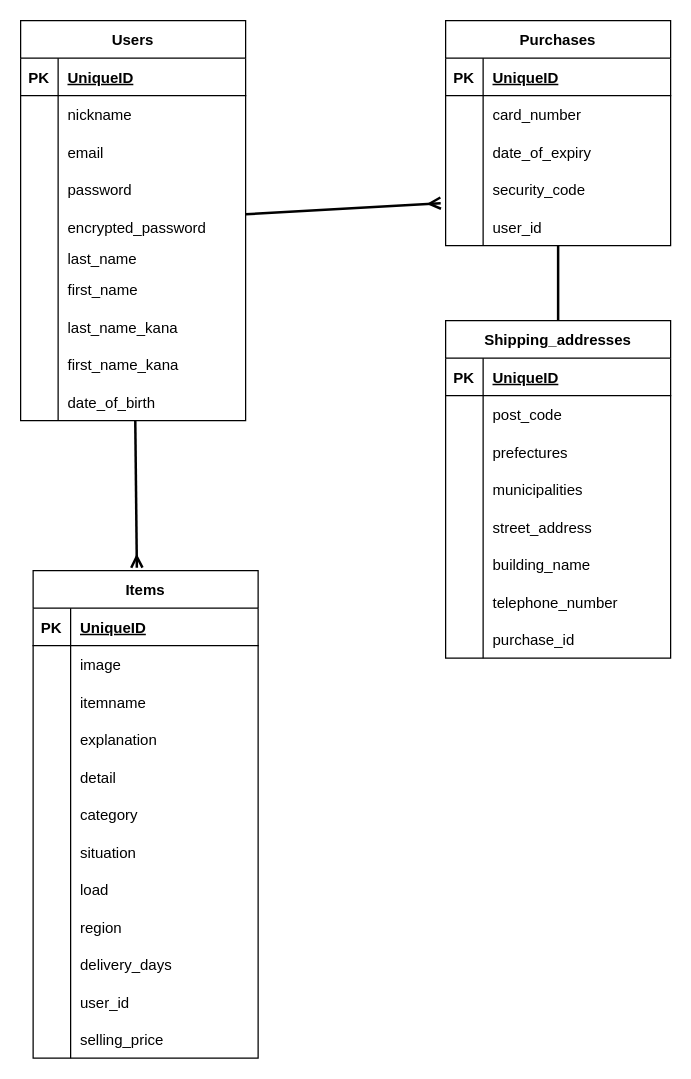
The draw.io diagram furima.dio in tatsuki199/furima-40591, before the edit. Source tidied: cells renumbered, new cells numbered last; positions are measured from the earlier drawing's top-left corner, leaving out a move shared by most shapes. Both pictures are drawn from the tidied source at 125%, with x=0, y=0 at pixel (20, 20).
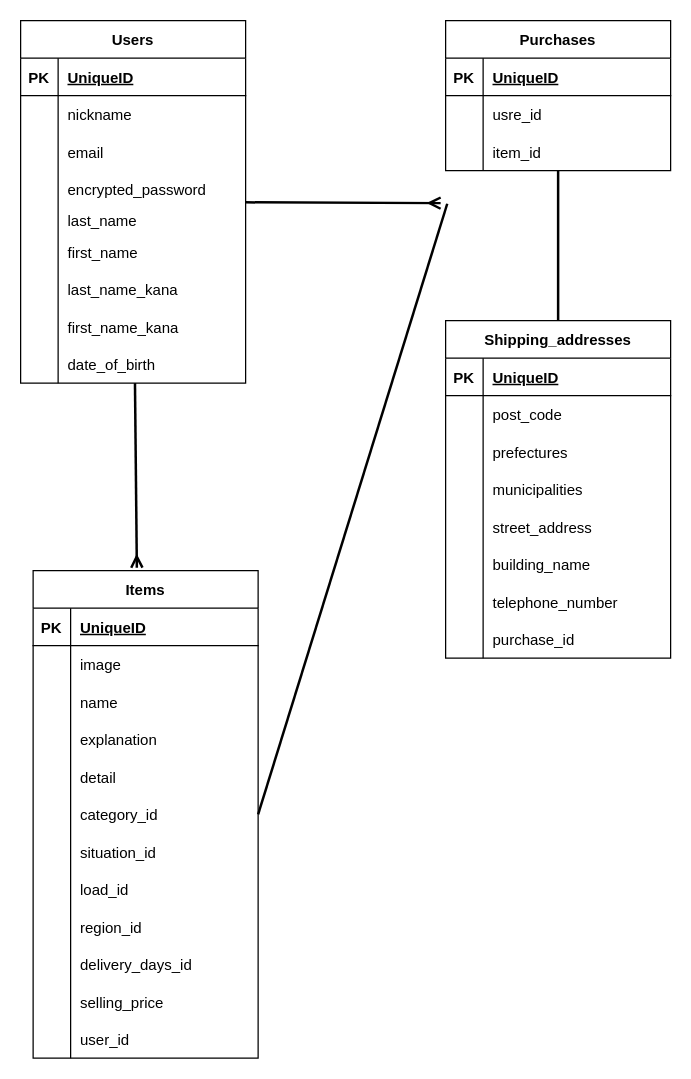
The same diagram, later.

The change refers to these unchanged cells:
```xml
<mxCell id="40" style="shape=tableRow;horizontal=0;startSize=0;swimlaneHead=0;swimlaneBody=0;fillColor=none;top=0;left=0;right=0;bottom=0;" parent="36" vertex="1">
  <mxGeometry y="60" width="180" height="30" as="geometry" />
</mxCell>
<mxCell id="43" style="shape=tableRow;horizontal=0;startSize=0;swimlaneHead=0;swimlaneBody=0;fillColor=none;top=0;left=0;right=0;bottom=0;" parent="36" vertex="1">
  <mxGeometry y="90" width="180" height="30" as="geometry" />
</mxCell>
<mxCell id="52" value="Items" style="shape=table;startSize=30;childLayout=tableLayout;rowLines=0;fontStyle=1;align=center;" parent="1" vertex="1">
  <mxGeometry x="10" y="440" width="180" height="390" as="geometry" />
</mxCell>
<mxCell id="59" style="shape=tableRow;horizontal=0;startSize=0;swimlaneHead=0;swimlaneBody=0;fillColor=none;top=0;left=0;right=0;bottom=0;" parent="52" vertex="1">
  <mxGeometry y="90" width="180" height="30" as="geometry" />
</mxCell>
<mxCell id="68" style="shape=tableRow;horizontal=0;startSize=0;swimlaneHead=0;swimlaneBody=0;fillColor=none;points=[[0,0.5],[1,0.5]];portConstraint=eastwest;top=0;left=0;right=0;bottom=0;" parent="52" vertex="1">
  <mxGeometry y="180" width="180" height="30" as="geometry" />
</mxCell>
<mxCell id="71" style="shape=tableRow;horizontal=0;startSize=0;swimlaneHead=0;swimlaneBody=0;fillColor=none;top=0;left=0;right=0;bottom=0;" parent="52" vertex="1">
  <mxGeometry y="210" width="180" height="30" as="geometry" />
</mxCell>
<mxCell id="74" style="shape=tableRow;horizontal=0;startSize=0;swimlaneHead=0;swimlaneBody=0;fillColor=none;top=0;left=0;right=0;bottom=0;" parent="52" vertex="1">
  <mxGeometry y="240" width="180" height="30" as="geometry" />
</mxCell>
<mxCell id="77" style="shape=tableRow;horizontal=0;startSize=0;swimlaneHead=0;swimlaneBody=0;fillColor=none;top=0;left=0;right=0;bottom=0;" parent="52" vertex="1">
  <mxGeometry y="270" width="180" height="30" as="geometry" />
</mxCell>
<mxCell id="80" style="shape=tableRow;horizontal=0;startSize=0;swimlaneHead=0;swimlaneBody=0;fillColor=none;top=0;left=0;right=0;bottom=0;" parent="52" vertex="1">
  <mxGeometry y="300" width="180" height="30" as="geometry" />
</mxCell>
```

The edit, as a diff of the source:
```diff
@@
-    <mxCell id="2" style="edgeStyle=none;html=1;strokeColor=default;endArrow=ERmany;endFill=0;strokeWidth=2;entryX=-0.022;entryY=0.867;entryDx=0;entryDy=0;entryPerimeter=0;" parent="1" edge="1" source="4" target="46">
-      <mxGeometry relative="1" as="geometry" />
+    <mxCell id="2" style="edgeStyle=none;html=1;strokeColor=default;endArrow=ERmany;endFill=0;strokeWidth=2;entryX=-0.022;entryY=0.867;entryDx=0;entryDy=0;entryPerimeter=0;" parent="1" edge="1" source="4">
+      <mxGeometry relative="1" as="geometry">
+        <mxPoint x="336" y="146" as="targetPoint" />
+      </mxGeometry>
     </mxCell>
@@
     <mxCell id="4" value="Users" style="shape=table;startSize=30;childLayout=tableLayout;rowLines=0;fontStyle=1;align=center;" parent="1" vertex="1">
-      <mxGeometry width="180" height="320" as="geometry" />
+      <mxGeometry width="180" height="290" as="geometry" />
     </mxCell>
@@
-    <mxCell id="14" style="shape=tableRow;horizontal=0;startSize=0;swimlaneHead=0;swimlaneBody=0;fillColor=none;top=0;left=0;right=0;bottom=0;" parent="4" vertex="1">
-      <mxGeometry y="120" width="180" height="30" as="geometry" />
-    </mxCell>
-    <mxCell id="15" style="shape=partialRectangle;fillColor=none;top=0;left=0;bottom=0;right=0;overflow=hidden;" parent="14" vertex="1">
-      <mxGeometry width="30" height="30" as="geometry" />
-    </mxCell>
-    <mxCell id="16" value="password" style="shape=partialRectangle;fillColor=none;top=0;left=0;bottom=0;right=0;align=left;spacingLeft=6;overflow=hidden;" parent="14" vertex="1">
-      <mxGeometry x="30" width="150" height="30" as="geometry" />
-    </mxCell>
     <mxCell id="17" style="shape=tableRow;horizontal=0;startSize=0;swimlaneHead=0;swimlaneBody=0;fillColor=none;top=0;left=0;right=0;bottom=0;" parent="4" vertex="1">
-      <mxGeometry y="150" width="180" height="30" as="geometry" />
+      <mxGeometry y="120" width="180" height="30" as="geometry" />
     </mxCell>
@@
     <mxCell id="20" style="shape=tableRow;horizontal=0;startSize=0;swimlaneHead=0;swimlaneBody=0;fillColor=none;top=0;left=0;right=0;bottom=0;" parent="4" vertex="1">
-      <mxGeometry y="180" width="180" height="20" as="geometry" />
+      <mxGeometry y="150" width="180" height="20" as="geometry" />
     </mxCell>
@@
     <mxCell id="23" style="shape=tableRow;horizontal=0;startSize=0;swimlaneHead=0;swimlaneBody=0;fillColor=none;top=0;left=0;right=0;bottom=0;" parent="4" vertex="1">
-      <mxGeometry y="200" width="180" height="30" as="geometry" />
+      <mxGeometry y="170" width="180" height="30" as="geometry" />
     </mxCell>
@@
     <mxCell id="26" style="shape=tableRow;horizontal=0;startSize=0;swimlaneHead=0;swimlaneBody=0;fillColor=none;top=0;left=0;right=0;bottom=0;" parent="4" vertex="1">
-      <mxGeometry y="230" width="180" height="30" as="geometry" />
+      <mxGeometry y="200" width="180" height="30" as="geometry" />
     </mxCell>
@@
     <mxCell id="29" style="shape=tableRow;horizontal=0;startSize=0;swimlaneHead=0;swimlaneBody=0;fillColor=none;top=0;left=0;right=0;bottom=0;" parent="4" vertex="1">
-      <mxGeometry y="260" width="180" height="30" as="geometry" />
+      <mxGeometry y="230" width="180" height="30" as="geometry" />
     </mxCell>
@@
     <mxCell id="32" style="shape=tableRow;horizontal=0;startSize=0;swimlaneHead=0;swimlaneBody=0;fillColor=none;top=0;left=0;right=0;bottom=0;" parent="4" vertex="1">
-      <mxGeometry y="290" width="180" height="30" as="geometry" />
+      <mxGeometry y="260" width="180" height="30" as="geometry" />
     </mxCell>
@@
     <mxCell id="36" value="Purchases" style="shape=table;startSize=30;childLayout=tableLayout;rowLines=0;fontStyle=1;align=center;" parent="1" vertex="1">
-      <mxGeometry x="340" width="180" height="180" as="geometry" />
+      <mxGeometry x="340" width="180" height="120" as="geometry" />
     </mxCell>
@@
-    <mxCell id="42" value="card_number            " style="shape=partialRectangle;fillColor=none;top=0;left=0;bottom=0;right=0;align=left;spacingLeft=6;overflow=hidden;" parent="40" vertex="1">
+    <mxCell id="42" value="usre_id" style="shape=partialRectangle;fillColor=none;top=0;left=0;bottom=0;right=0;align=left;spacingLeft=6;overflow=hidden;" parent="40" vertex="1">
       <mxGeometry x="30" width="150" height="30" as="geometry" />
     </mxCell>
@@
-    <mxCell id="45" value="date_of_expiry" style="shape=partialRectangle;fillColor=none;top=0;left=0;bottom=0;right=0;align=left;spacingLeft=6;overflow=hidden;" parent="43" vertex="1">
+    <mxCell id="45" value="item_id" style="shape=partialRectangle;fillColor=none;top=0;left=0;bottom=0;right=0;align=left;spacingLeft=6;overflow=hidden;" parent="43" vertex="1">
       <mxGeometry x="30" width="150" height="30" as="geometry" />
     </mxCell>
-    <mxCell id="46" style="shape=tableRow;horizontal=0;startSize=0;swimlaneHead=0;swimlaneBody=0;fillColor=none;points=[[0,0.5],[1,0.5]];portConstraint=eastwest;top=0;left=0;right=0;bottom=0;" parent="36" vertex="1">
-      <mxGeometry y="120" width="180" height="30" as="geometry" />
-    </mxCell>
-    <mxCell id="47" style="shape=partialRectangle;fillColor=none;top=0;left=0;bottom=0;right=0;overflow=hidden;" parent="46" vertex="1">
-      <mxGeometry width="30" height="30" as="geometry" />
-    </mxCell>
-    <mxCell id="48" value="security_code" style="shape=partialRectangle;fillColor=none;top=0;left=0;bottom=0;right=0;align=left;spacingLeft=6;overflow=hidden;" parent="46" vertex="1">
-      <mxGeometry x="30" width="150" height="30" as="geometry" />
-    </mxCell>
-    <mxCell id="49" style="shape=tableRow;horizontal=0;startSize=0;swimlaneHead=0;swimlaneBody=0;fillColor=none;top=0;left=0;right=0;bottom=0;" parent="36" vertex="1">
-      <mxGeometry y="150" width="180" height="30" as="geometry" />
-    </mxCell>
-    <mxCell id="50" style="shape=partialRectangle;fillColor=none;top=0;left=0;bottom=0;right=0;overflow=hidden;" parent="49" vertex="1">
-      <mxGeometry width="30" height="30" as="geometry" />
-    </mxCell>
-    <mxCell id="51" value="user_id" style="shape=partialRectangle;fillColor=none;top=0;left=0;bottom=0;right=0;align=left;spacingLeft=6;overflow=hidden;" parent="49" vertex="1">
-      <mxGeometry x="30" width="150" height="30" as="geometry" />
-    </mxCell>
@@
-    <mxCell id="61" value="itemname" style="shape=partialRectangle;fillColor=none;top=0;left=0;bottom=0;right=0;align=left;spacingLeft=6;overflow=hidden;" parent="59" vertex="1">
+    <mxCell id="61" value="name" style="shape=partialRectangle;fillColor=none;top=0;left=0;bottom=0;right=0;align=left;spacingLeft=6;overflow=hidden;" parent="59" vertex="1">
       <mxGeometry x="30" width="150" height="30" as="geometry" />
     </mxCell>
@@
-    <mxCell id="70" value="category" style="shape=partialRectangle;fillColor=none;top=0;left=0;bottom=0;right=0;align=left;spacingLeft=6;overflow=hidden;" parent="68" vertex="1">
+    <mxCell id="70" value="category_id" style="shape=partialRectangle;fillColor=none;top=0;left=0;bottom=0;right=0;align=left;spacingLeft=6;overflow=hidden;" parent="68" vertex="1">
       <mxGeometry x="30" width="150" height="30" as="geometry" />
     </mxCell>
@@
-    <mxCell id="73" value="situation" style="shape=partialRectangle;fillColor=none;top=0;left=0;bottom=0;right=0;align=left;spacingLeft=6;overflow=hidden;" parent="71" vertex="1">
+    <mxCell id="73" value="situation_id" style="shape=partialRectangle;fillColor=none;top=0;left=0;bottom=0;right=0;align=left;spacingLeft=6;overflow=hidden;" parent="71" vertex="1">
       <mxGeometry x="30" width="150" height="30" as="geometry" />
     </mxCell>
@@
-    <mxCell id="76" value="load" style="shape=partialRectangle;fillColor=none;top=0;left=0;bottom=0;right=0;align=left;spacingLeft=6;overflow=hidden;" parent="74" vertex="1">
+    <mxCell id="76" value="load_id" style="shape=partialRectangle;fillColor=none;top=0;left=0;bottom=0;right=0;align=left;spacingLeft=6;overflow=hidden;" parent="74" vertex="1">
       <mxGeometry x="30" width="150" height="30" as="geometry" />
     </mxCell>
@@
-    <mxCell id="79" value="region" style="shape=partialRectangle;fillColor=none;top=0;left=0;bottom=0;right=0;align=left;spacingLeft=6;overflow=hidden;" parent="77" vertex="1">
+    <mxCell id="79" value="region_id" style="shape=partialRectangle;fillColor=none;top=0;left=0;bottom=0;right=0;align=left;spacingLeft=6;overflow=hidden;" parent="77" vertex="1">
       <mxGeometry x="30" width="150" height="30" as="geometry" />
     </mxCell>
@@
-    <mxCell id="82" value="delivery_days" style="shape=partialRectangle;fillColor=none;top=0;left=0;bottom=0;right=0;align=left;spacingLeft=6;overflow=hidden;" parent="80" vertex="1">
+    <mxCell id="82" value="delivery_days_id" style="shape=partialRectangle;fillColor=none;top=0;left=0;bottom=0;right=0;align=left;spacingLeft=6;overflow=hidden;" parent="80" vertex="1">
       <mxGeometry x="30" width="150" height="30" as="geometry" />
     </mxCell>
+    <mxCell id="86" style="shape=tableRow;horizontal=0;startSize=0;swimlaneHead=0;swimlaneBody=0;fillColor=none;top=0;left=0;right=0;bottom=0;" parent="52" vertex="1">
+      <mxGeometry y="330" width="180" height="30" as="geometry" />
+    </mxCell>
+    <mxCell id="87" style="shape=partialRectangle;fillColor=none;top=0;left=0;bottom=0;right=0;overflow=hidden;" parent="86" vertex="1">
+      <mxGeometry width="30" height="30" as="geometry" />
+    </mxCell>
+    <mxCell id="88" value="selling_price" style="shape=partialRectangle;fillColor=none;top=0;left=0;bottom=0;right=0;align=left;spacingLeft=6;overflow=hidden;" parent="86" vertex="1">
+      <mxGeometry x="30" width="150" height="30" as="geometry" />
+    </mxCell>
     <mxCell id="83" style="shape=tableRow;horizontal=0;startSize=0;swimlaneHead=0;swimlaneBody=0;fillColor=none;top=0;left=0;right=0;bottom=0;" parent="52" vertex="1">
-      <mxGeometry y="330" width="180" height="30" as="geometry" />
+      <mxGeometry y="360" width="180" height="30" as="geometry" />
     </mxCell>
@@
-    <mxCell id="86" style="shape=tableRow;horizontal=0;startSize=0;swimlaneHead=0;swimlaneBody=0;fillColor=none;top=0;left=0;right=0;bottom=0;" parent="52" vertex="1">
-      <mxGeometry y="360" width="180" height="30" as="geometry" />
-    </mxCell>
-    <mxCell id="87" style="shape=partialRectangle;fillColor=none;top=0;left=0;bottom=0;right=0;overflow=hidden;" parent="86" vertex="1">
-      <mxGeometry width="30" height="30" as="geometry" />
-    </mxCell>
-    <mxCell id="88" value="selling_price" style="shape=partialRectangle;fillColor=none;top=0;left=0;bottom=0;right=0;align=left;spacingLeft=6;overflow=hidden;" parent="86" vertex="1">
-      <mxGeometry x="30" width="150" height="30" as="geometry" />
-    </mxCell>
@@
+    <mxCell id="114" style="edgeStyle=none;html=1;entryX=0.007;entryY=0.883;entryDx=0;entryDy=0;entryPerimeter=0;exitX=1;exitY=0.5;exitDx=0;exitDy=0;endArrow=none;endFill=0;strokeWidth=2;" parent="1" edge="1" source="68">
+      <mxGeometry relative="1" as="geometry">
+        <mxPoint x="341.3" y="146.5" as="targetPoint" />
+      </mxGeometry>
+    </mxCell>
```
